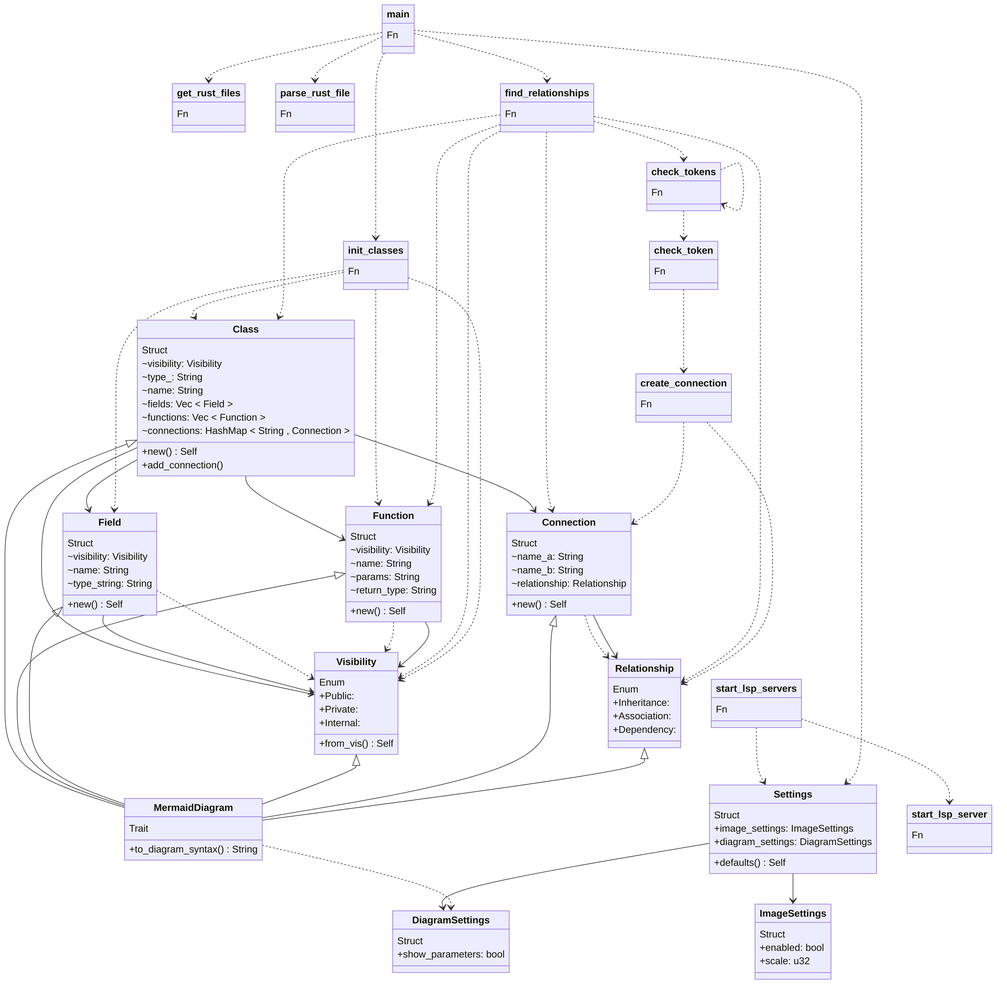
Before: diagram.png, a diagram exported from Mermaid (gusjengis/mermaid-class-diagrams). Its source is kept beside it as diagram.mmd.
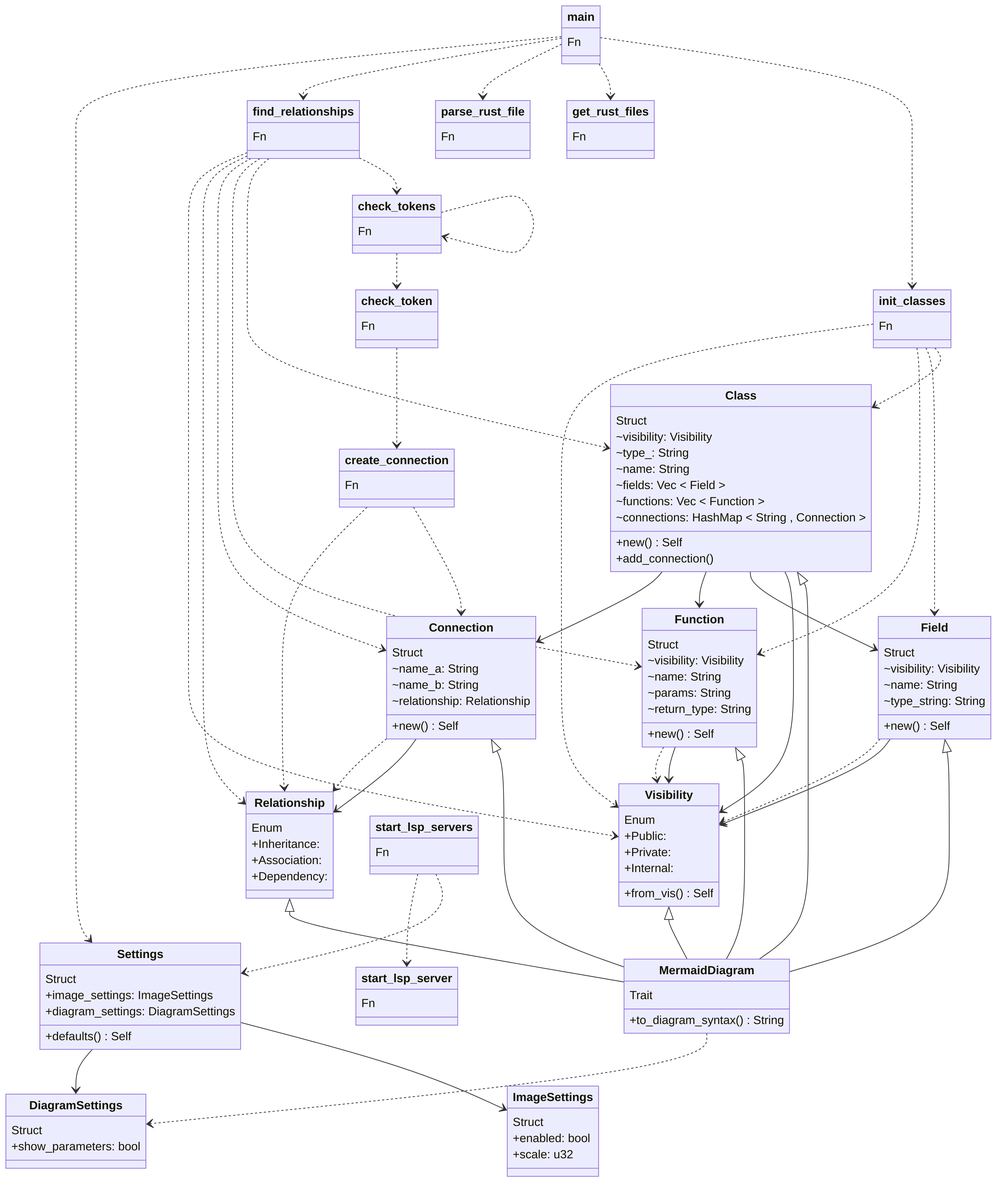
After the commit.

What changed in the source:
```diff
@@ -23,11 +23,11 @@
 +to_diagram_syntax() String
 }
 
-Class <|-- MermaidDiagram
+Connection <|-- MermaidDiagram
 Function <|-- MermaidDiagram
 Field <|-- MermaidDiagram
+Class <|-- MermaidDiagram
 Visibility <|-- MermaidDiagram
-Connection <|-- MermaidDiagram
 Relationship <|-- MermaidDiagram
 
 class find_relationships {
@@ -67,12 +67,12 @@
 +add_connection()
 }
 
-Class --> Connection
 Class --> Visibility
 Class --> Field
 init_classes ..> Class
 find_relationships ..> Class
 Class --> Function
+Class --> Connection
 
 class Field {
 Struct
@@ -96,9 +96,9 @@
 }
 
 init_classes ..> Function
+Function --> Visibility
 find_relationships ..> Function
 Function ..> Visibility
-Function --> Visibility
 
 class Connection {
 Struct
@@ -108,10 +108,10 @@
 +new() Self
 }
 
+Connection --> Relationship
+find_relationships ..> Connection
 Connection ..> Relationship
-find_relationships ..> Connection
 create_connection ..> Connection
-Connection --> Relationship
 
 class Relationship {
 Enum
@@ -120,8 +120,8 @@
 +Dependency:
 }
 
+create_connection ..> Relationship
 find_relationships ..> Relationship
-create_connection ..> Relationship
 
 class Visibility {
 Enum
@@ -141,10 +141,10 @@
 +defaults() Self
 }
 
+main ..> Settings
 Settings --> ImageSettings
 Settings --> DiagramSettings
 start_lsp_servers ..> Settings
-main ..> Settings
 
 class ImageSettings {
 Struct
```
